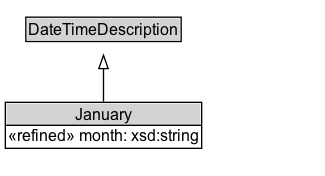
Before: docs/diagrams/January.dot.png, a diagram exported from Graphviz (ISO-TC204/ontology-import-time). Its source is kept beside it as docs/diagrams/January.dot. Source of this version:
```dot
digraph {
	graph [overlap=false rankdir=TB splines=true]
	node [fontname=Arial fontsize=12 margin=0 shape=none]
	edge [fontname=Arial fontsize=11]
	{
		rank=max
		January [label=<<TABLE BORDER="1" CELLBORDER="0" CELLSPACING="0" CELLPADDING="1"><TR><TD BGCOLOR="lightgray" ALIGN="CENTER" PORT="e">January</TD></TR><HR/><TR><TD ALIGN="LEFT">«refined» month: xsd:string</TD></TR></TABLE>> URL="../January" margin=0]
	}
	subgraph cluster_associated {
		label="" style=invis
		Invis [label=<<TABLE BORDER="0" CELLBORDER="0" CELLSPACING="0" CELLPADDING="1"><TR><TD></TD></TR></TABLE>> margin=0 style=invis]
	}
	DateTimeDescription [label=<<TABLE BORDER="1" CELLBORDER="0" CELLSPACING="0" CELLPADDING="1"><TR><TD BGCOLOR="lightgray" ALIGN="CENTER">DateTimeDescription</TD></TR></TABLE>> URL="../DateTimeDescription" margin=0]
	January -> DateTimeDescription [arrowhead=onormal style=solid]
}
```
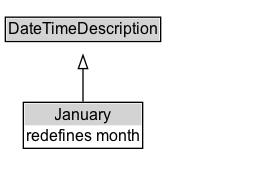
The same diagram one commit later.

The edit, as a diff of the source:
```diff
@@ -3,13 +3,16 @@
 	node [fontname=Arial fontsize=12 margin=0 shape=none]
 	edge [fontname=Arial fontsize=11]
 	{
+		rank=source
+		DateTimeDescription [label=<<TABLE BORDER="1" CELLBORDER="0" CELLSPACING="0" CELLPADDING="1"><TR><TD BGCOLOR="lightgray" ALIGN="CENTER">DateTimeDescription</TD></TR></TABLE>> URL="../DateTimeDescription" margin=0]
+	}
+	January [label=<<TABLE BORDER="1" CELLBORDER="0" CELLSPACING="0" CELLPADDING="1"><TR><TD BGCOLOR="lightgray" ALIGN="CENTER">January</TD></TR><TR><TD ALIGN="LEFT">redefines month</TD></TR></TABLE>> URL="../January" margin=0]
+	{
 		rank=max
-		January [label=<<TABLE BORDER="1" CELLBORDER="0" CELLSPACING="0" CELLPADDING="1"><TR><TD BGCOLOR="lightgray" ALIGN="CENTER" PORT="e">January</TD></TR><HR/><TR><TD ALIGN="LEFT">«refined» month: xsd:string</TD></TR></TABLE>> URL="../January" margin=0]
 	}
 	subgraph cluster_associated {
 		label="" style=invis
 		Invis [label=<<TABLE BORDER="0" CELLBORDER="0" CELLSPACING="0" CELLPADDING="1"><TR><TD></TD></TR></TABLE>> margin=0 style=invis]
 	}
-	DateTimeDescription [label=<<TABLE BORDER="1" CELLBORDER="0" CELLSPACING="0" CELLPADDING="1"><TR><TD BGCOLOR="lightgray" ALIGN="CENTER">DateTimeDescription</TD></TR></TABLE>> URL="../DateTimeDescription" margin=0]
 	January -> DateTimeDescription [arrowhead=onormal style=solid]
 }
```
